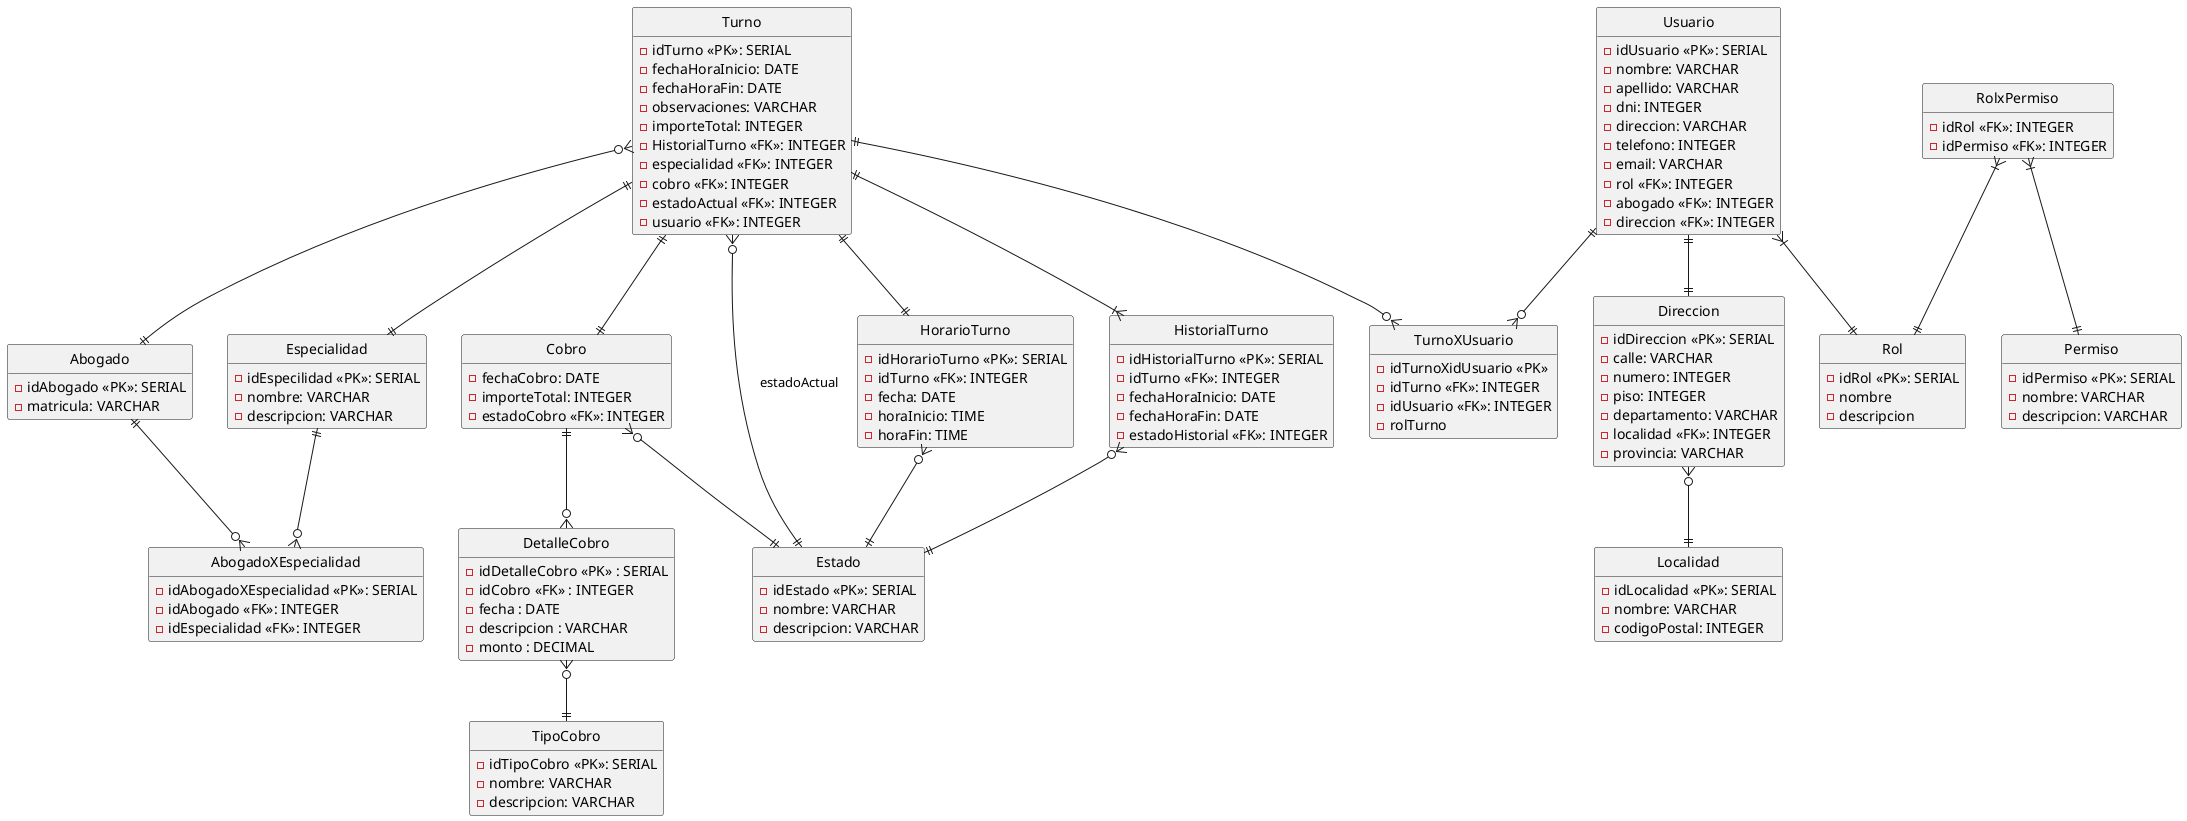
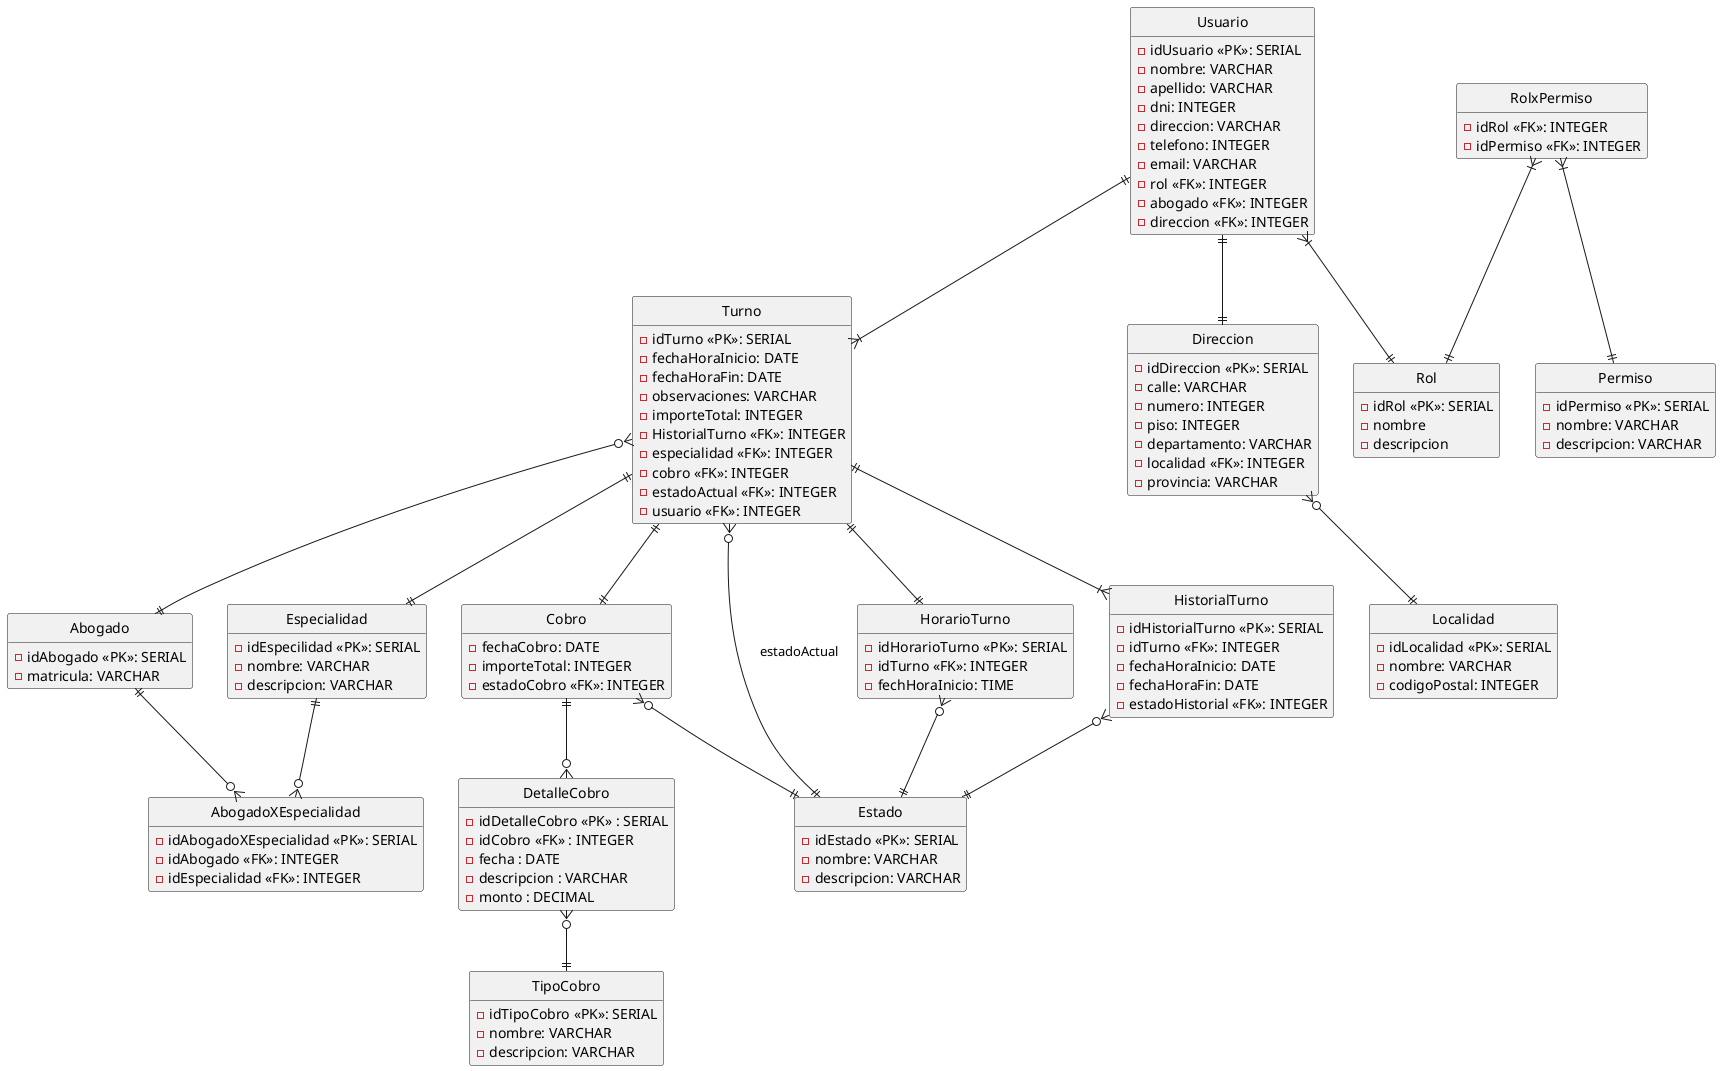
@startuml derMedinaYAsociados
hide circle
hide empty method

entity Turno {
    -idTurno <<PK>>: SERIAL
    -fechaHoraInicio: DATE
    -fechaHoraFin: DATE
    -observaciones: VARCHAR
    -importeTotal: INTEGER
    -HistorialTurno <<FK>>: INTEGER
    -especialidad <<FK>>: INTEGER
    -cobro <<FK>>: INTEGER
    -estadoActual <<FK>>: INTEGER
    -usuario <<FK>>: INTEGER
}

entity Abogado {
    -idAbogado <<PK>>: SERIAL
    -matricula: VARCHAR
}


entity Cobro {
    -fechaCobro: DATE
    -importeTotal: INTEGER
    -estadoCobro <<FK>>: INTEGER
}

entity Especialidad {
    -idEspecilidad <<PK>>: SERIAL
    -nombre: VARCHAR
    -descripcion: VARCHAR
}

entity TipoCobro {
    -idTipoCobro <<PK>>: SERIAL
    -nombre: VARCHAR
    -descripcion: VARCHAR
}

entity Estado {
    -idEstado <<PK>>: SERIAL
    -nombre: VARCHAR
    -descripcion: VARCHAR
}

entity DetalleCobro {
    - idDetalleCobro <<PK>> : SERIAL
    - idCobro <<FK>> : INTEGER
    - fecha : DATE
    - descripcion : VARCHAR
    - monto : DECIMAL
}

entity Direccion {
    -idDireccion <<PK>>: SERIAL
    -calle: VARCHAR
    -numero: INTEGER
    -piso: INTEGER
    -departamento: VARCHAR
    -localidad <<FK>>: INTEGER
    -provincia: VARCHAR
}

entity Localidad {
    -idLocalidad <<PK>>: SERIAL
    -nombre: VARCHAR
    -codigoPostal: INTEGER
}

entity HorarioTurno {
    -idHorarioTurno <<PK>>: SERIAL
    -idTurno <<FK>>: INTEGER
-     -fecha: DATE
-     -horaInicio: TIME
-     -horaFin: TIME
+     -fechHoraInicio: TIME
}

entity HistorialTurno {
    -idHistorialTurno <<PK>>: SERIAL
    -idTurno <<FK>>: INTEGER
    -fechaHoraInicio: DATE
    -fechaHoraFin: DATE
    -estadoHistorial <<FK>>: INTEGER
}

entity AbogadoXEspecialidad{
    -idAbogadoXEspecialidad <<PK>>: SERIAL
    -idAbogado <<FK>>: INTEGER
    -idEspecialidad <<FK>>: INTEGER
}

entity Usuario{
    -idUsuario <<PK>>: SERIAL
    -nombre: VARCHAR
    -apellido: VARCHAR
    -dni: INTEGER
    -direccion: VARCHAR
    -telefono: INTEGER
    -email: VARCHAR
    -rol <<FK>>: INTEGER
    -abogado <<FK>>: INTEGER
    -direccion <<FK>>: INTEGER
}

entity Rol {
    -idRol <<PK>>: SERIAL
    -nombre
    -descripcion
}

entity Permiso{
    -idPermiso <<PK>>: SERIAL
    -nombre: VARCHAR
    -descripcion: VARCHAR
}

- entity TurnoXUsuario{
-     -idTurnoXidUsuario <<PK>>
-     -idTurno <<FK>>: INTEGER
-     -idUsuario <<FK>>: INTEGER
-     -rolTurno
- }
- 
entity RolxPermiso{
    -idRol <<FK>>: INTEGER
    -idPermiso <<FK>>: INTEGER
}

Turno ||--|| Cobro
Turno }o--|| Estado : "estadoActual"
Turno ||--|{ HistorialTurno
Turno ||--|| Especialidad
Turno ||--|| HorarioTurno
Turno }o--|| Abogado

Cobro ||--o{ DetalleCobro
Cobro }o--|| Estado

DetalleCobro }o--|| TipoCobro

HistorialTurno }o--||Estado

HorarioTurno }o--||Estado

AbogadoXEspecialidad }o-up-|| Especialidad
AbogadoXEspecialidad }o-up-|| Abogado

Direccion }o--|| Localidad

- Turno ||--o{ TurnoXUsuario
- Usuario ||--o{ TurnoXUsuario
- 
Usuario ||--|| Direccion
+ Usuario ||--|{ Turno

Usuario }|--|| Rol
RolxPermiso }|--|| Permiso
RolxPermiso }|--|| Rol
@enduml